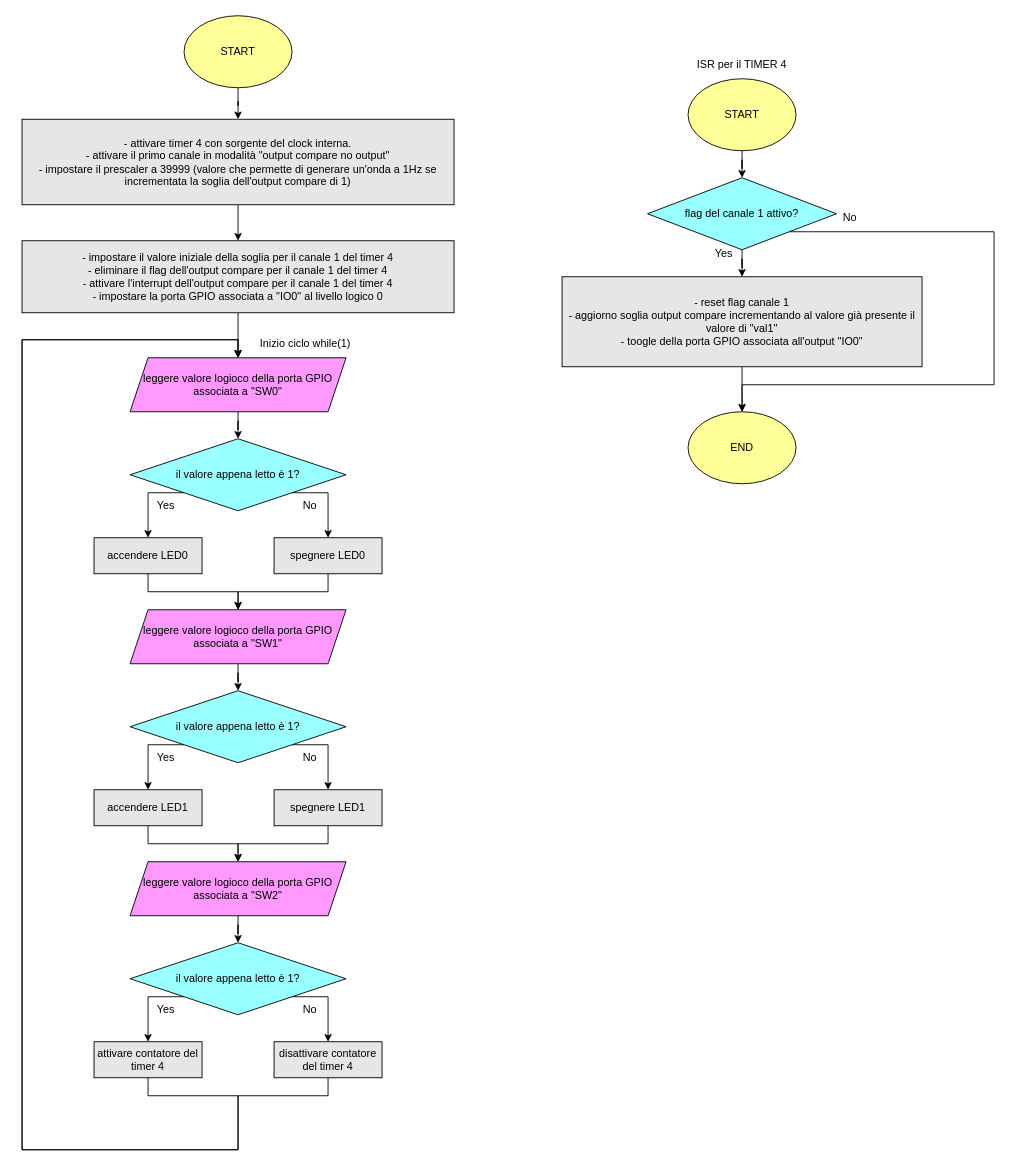
Before: flowchart/flowchart_lab4.2.drawio in robs2002/ISE_lab, a draw.io diagram. Source tidied: cells renumbered, new cells numbered last; positions are measured from the earlier drawing's top-left corner, leaving out a move shared by most shapes. Both pictures are drawn from the tidied source at 90%, with x=0, y=0 at pixel (22, 15).
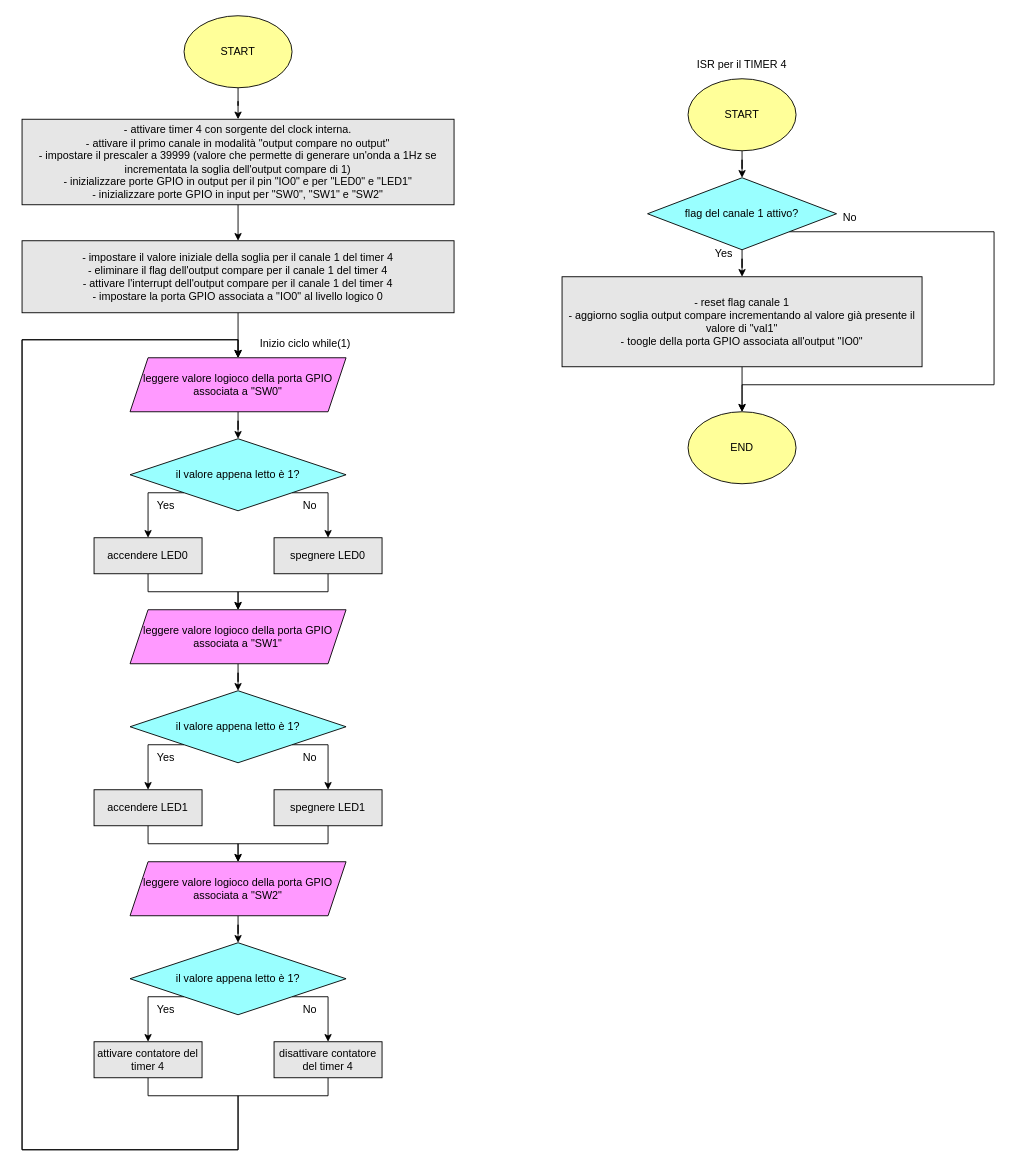
The same diagram, later.

Change to the diagram source:
```diff
@@
-    <mxCell id="52" value="- attivare timer 4 con sorgente del clock interna.&lt;br&gt;- attivare il primo canale in modalità&amp;nbsp;&quot;output compare no output&quot;&lt;br&gt;- impostare il prescaler a 39999 (valore che permette di generare un'onda a 1Hz se incrementata la soglia dell'output compare di 1)" style="rounded=0;whiteSpace=wrap;html=1;fillColor=#E6E6E6;" parent="1" vertex="1">
+    <mxCell id="52" value="- attivare timer 4 con sorgente del clock interna.&lt;br&gt;- attivare il primo canale in modalità&amp;nbsp;&quot;output compare no output&quot;&lt;br&gt;- impostare il prescaler a 39999 (valore che permette di generare un'onda a 1Hz se incrementata la soglia dell'output compare di 1)&lt;br&gt;- inizializzare porte GPIO in output per il pin &quot;IO0&quot; e per &quot;LED0&quot; e &quot;LED1&quot;&lt;br style=&quot;border-color: var(--border-color);&quot;&gt;- inizializzare porte GPIO in input per &quot;SW0&quot;, &quot;SW1&quot; e &quot;SW2&quot;" style="rounded=0;whiteSpace=wrap;html=1;fillColor=#E6E6E6;" parent="1" vertex="1">
       <mxGeometry y="115" width="480" height="95" as="geometry" />
     </mxCell>
```
